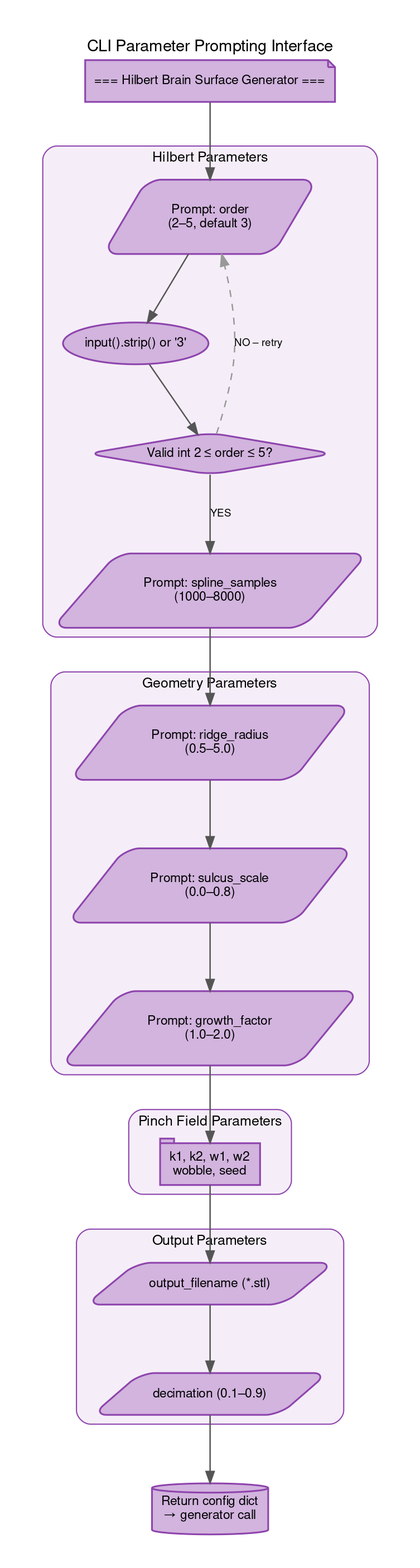
danindiana/hilbertbrane keeps this Graphviz diagram as docs/diagrams_25/23_cli_interface.png. Above is the earlier version. Its source is kept beside it as docs/diagrams_25/23_cli_interface.dot.
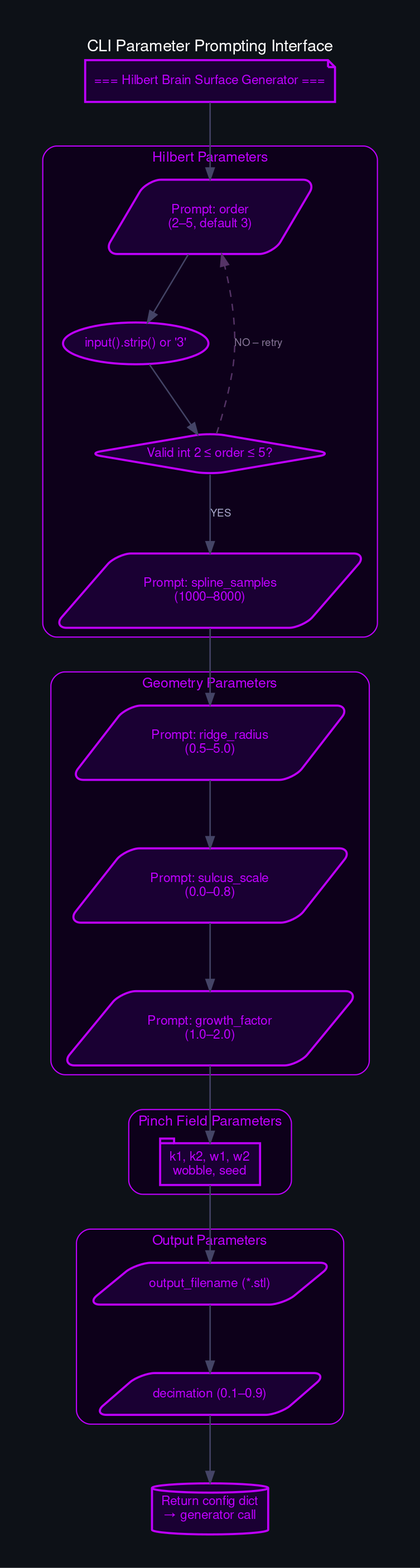
The same file after the commit.

What changed in the source:
```diff
@@ -1,7 +1,8 @@
 digraph G {
     graph [
         fontname="Helvetica,Arial,sans-serif"
-        bgcolor="#ffffff"
+        bgcolor="#0d1117"
+        fontcolor="white"
         splines=spline
         nodesep=0.6
         ranksep=0.8
@@ -10,55 +11,55 @@
         labeljust="c"
         fontsize=14
     ]
-    node [fontname="Helvetica,Arial,sans-serif" fontsize=11 style="filled,rounded" penwidth=1.5]
-    edge [fontname="Helvetica,Arial,sans-serif" fontsize=9 color="#555555" penwidth=1.2]
+    node [fontname="Helvetica,Arial,sans-serif" fontsize=11 style="filled,rounded" penwidth=1.8 fontcolor="white"]
+    edge [fontname="Helvetica,Arial,sans-serif" fontsize=9 color="#444466" penwidth=1.2 fontcolor="#aaaacc"]
     graph [label="CLI Parameter Prompting Interface" rankdir="TB"]
 
-    banner [label="=== Hilbert Brain Surface Generator ===" shape=note fillcolor="#D2B4DE" color="#8E44AD"]
+    banner [label="=== Hilbert Brain Surface Generator ===" shape=note fillcolor="#1a0033" color="#bf00ff" fontcolor="#bf00ff"]
 
     subgraph cluster_hilbert {
         label="Hilbert Parameters"
-        style="filled,rounded" fillcolor="#F5EEF8" color="#8E44AD" fontsize=12
-        fontname="Helvetica,Arial,sans-serif"
+        style="filled,rounded" fillcolor="#0d001a" color="#bf00ff" fontsize=12
+        fontname="Helvetica,Arial,sans-serif" fontcolor="#bf00ff"
 
-        h1 [label="Prompt: order\n(2–5, default 3)" shape=parallelogram fillcolor="#D2B4DE" color="#8E44AD"]
-        h2 [label="input().strip() or '3'" fillcolor="#D2B4DE" color="#8E44AD"]
-        h3 [label="Valid int 2 ≤ order ≤ 5?" shape=diamond fillcolor="#D2B4DE" color="#8E44AD"]
-        h4 [label="Prompt: spline_samples\n(1000–8000)" shape=parallelogram fillcolor="#D2B4DE" color="#8E44AD"]
+        h1 [label="Prompt: order\n(2–5, default 3)" shape=parallelogram fillcolor="#1a0033" color="#bf00ff" fontcolor="#bf00ff"]
+        h2 [label="input().strip() or '3'" fillcolor="#1a0033" color="#bf00ff" fontcolor="#bf00ff"]
+        h3 [label="Valid int 2 ≤ order ≤ 5?" shape=diamond fillcolor="#1a0033" color="#bf00ff" fontcolor="#bf00ff"]
+        h4 [label="Prompt: spline_samples\n(1000–8000)" shape=parallelogram fillcolor="#1a0033" color="#bf00ff" fontcolor="#bf00ff"]
         h1 -> h2 -> h3
         h3 -> h4 [label="YES"]
-        h3 -> h1 [label="NO – retry" style=dashed color="#999999"]
+        h3 -> h1 [label="NO – retry" style=dashed color="#553366" fontcolor="#887799"]
     }
 
     subgraph cluster_geom {
         label="Geometry Parameters"
-        style="filled,rounded" fillcolor="#F5EEF8" color="#8E44AD" fontsize=12
-        fontname="Helvetica,Arial,sans-serif"
+        style="filled,rounded" fillcolor="#0d001a" color="#bf00ff" fontsize=12
+        fontname="Helvetica,Arial,sans-serif" fontcolor="#bf00ff"
 
-        gp1 [label="Prompt: ridge_radius\n(0.5–5.0)" shape=parallelogram fillcolor="#D2B4DE" color="#8E44AD"]
-        gp2 [label="Prompt: sulcus_scale\n(0.0–0.8)" shape=parallelogram fillcolor="#D2B4DE" color="#8E44AD"]
-        gp3 [label="Prompt: growth_factor\n(1.0–2.0)" shape=parallelogram fillcolor="#D2B4DE" color="#8E44AD"]
+        gp1 [label="Prompt: ridge_radius\n(0.5–5.0)" shape=parallelogram fillcolor="#1a0033" color="#bf00ff" fontcolor="#bf00ff"]
+        gp2 [label="Prompt: sulcus_scale\n(0.0–0.8)" shape=parallelogram fillcolor="#1a0033" color="#bf00ff" fontcolor="#bf00ff"]
+        gp3 [label="Prompt: growth_factor\n(1.0–2.0)" shape=parallelogram fillcolor="#1a0033" color="#bf00ff" fontcolor="#bf00ff"]
         gp1 -> gp2 -> gp3
     }
 
     subgraph cluster_pinch {
         label="Pinch Field Parameters"
-        style="filled,rounded" fillcolor="#F5EEF8" color="#8E44AD" fontsize=12
-        fontname="Helvetica,Arial,sans-serif"
+        style="filled,rounded" fillcolor="#0d001a" color="#bf00ff" fontsize=12
+        fontname="Helvetica,Arial,sans-serif" fontcolor="#bf00ff"
 
-        pp [label="k1, k2, w1, w2\nwobble, seed" shape=tab fillcolor="#D2B4DE" color="#8E44AD"]
+        pp [label="k1, k2, w1, w2\nwobble, seed" shape=tab fillcolor="#1a0033" color="#bf00ff" fontcolor="#bf00ff"]
     }
 
     subgraph cluster_out {
         label="Output Parameters"
-        style="filled,rounded" fillcolor="#F5EEF8" color="#8E44AD" fontsize=12
-        fontname="Helvetica,Arial,sans-serif"
+        style="filled,rounded" fillcolor="#0d001a" color="#bf00ff" fontsize=12
+        fontname="Helvetica,Arial,sans-serif" fontcolor="#bf00ff"
 
-        op1 [label="output_filename (*.stl)" shape=parallelogram fillcolor="#D2B4DE" color="#8E44AD"]
-        op2 [label="decimation (0.1–0.9)" shape=parallelogram fillcolor="#D2B4DE" color="#8E44AD"]
+        op1 [label="output_filename (*.stl)" shape=parallelogram fillcolor="#1a0033" color="#bf00ff" fontcolor="#bf00ff"]
+        op2 [label="decimation (0.1–0.9)" shape=parallelogram fillcolor="#1a0033" color="#bf00ff" fontcolor="#bf00ff"]
     }
 
-    result [label="Return config dict\n→ generator call" shape=cylinder fillcolor="#D2B4DE" color="#8E44AD"]
+    result [label="Return config dict\n→ generator call" shape=cylinder fillcolor="#1a0033" color="#bf00ff" fontcolor="#bf00ff"]
 
     banner -> h1
     h4 -> gp1
```
